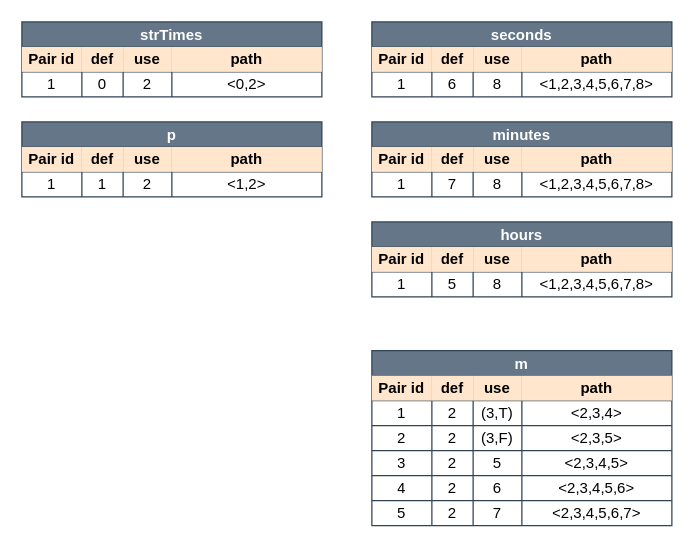
This is page "Page-2" (2 of 6) of docs/08_assignment/figures/parseSeconds.drawio from Jumaruba/jtimesched, a draw.io file, before an edit. Source tidied: cells renumbered, new cells numbered last; positions are measured from the earlier drawing's top-left corner, leaving out a move shared by most shapes. Both pictures are drawn from the tidied source at 125%, with x=0, y=0 at pixel (21, 21).
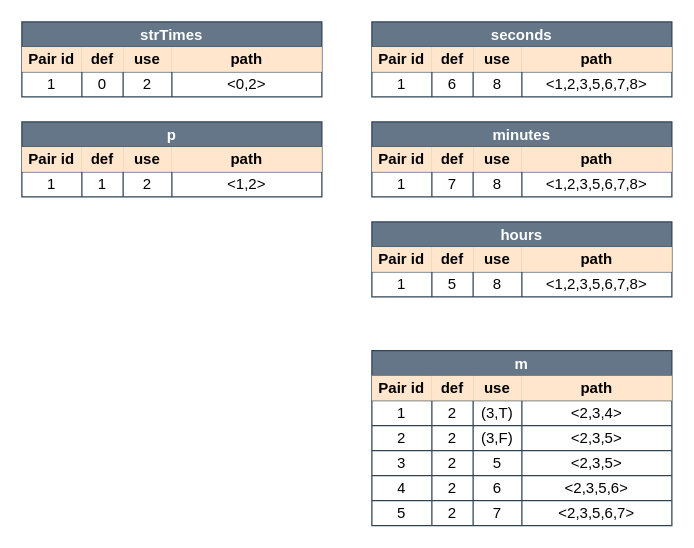
The same page after the edit.

The change refers to these unchanged cells:
```xml
<mxCell id="8" style="shape=partialRectangle;html=1;whiteSpace=wrap;fillColor=none;top=0;left=0;bottom=0;right=0;labelBackgroundColor=none;fontSize=12;" parent="2" vertex="1">
  <mxGeometry y="40" width="240" height="20" as="geometry" />
</mxCell>
<mxCell id="19" style="shape=partialRectangle;html=1;whiteSpace=wrap;fillColor=none;top=0;left=0;bottom=0;right=0;labelBackgroundColor=none;fontSize=12;" parent="13" vertex="1">
  <mxGeometry y="40" width="240" height="20" as="geometry" />
</mxCell>
<mxCell id="30" style="shape=partialRectangle;html=1;whiteSpace=wrap;fillColor=none;top=0;left=0;bottom=0;right=0;labelBackgroundColor=none;fontSize=12;" parent="24" vertex="1">
  <mxGeometry y="40" width="240" height="20" as="geometry" />
</mxCell>
<mxCell id="51" style="shape=partialRectangle;html=1;whiteSpace=wrap;fillColor=none;top=0;left=0;bottom=0;right=0;labelBackgroundColor=none;fontSize=12;" parent="35" vertex="1">
  <mxGeometry y="80" width="240" height="20" as="geometry" />
</mxCell>
<mxCell id="56" style="shape=partialRectangle;html=1;whiteSpace=wrap;fillColor=none;top=0;left=0;bottom=0;right=0;labelBackgroundColor=none;fontSize=12;" parent="35" vertex="1">
  <mxGeometry y="100" width="240" height="20" as="geometry" />
</mxCell>
<mxCell id="61" style="shape=partialRectangle;html=1;whiteSpace=wrap;fillColor=none;top=0;left=0;bottom=0;right=0;labelBackgroundColor=none;fontSize=12;" parent="35" vertex="1">
  <mxGeometry y="120" width="240" height="20" as="geometry" />
</mxCell>
```

What changed in the source:
```diff
@@
-    <mxCell id="12" value="&amp;lt;1,2,3,4,5,6,7,8&amp;gt;" style="shape=partialRectangle;html=1;whiteSpace=wrap;fillColor=none;top=0;left=0;bottom=0;right=0;overflow=hidden;labelBackgroundColor=none;fontSize=12;" parent="8" vertex="1">
+    <mxCell id="12" value="&amp;lt;1,2,3,5,6,7,8&amp;gt;" style="shape=partialRectangle;html=1;whiteSpace=wrap;fillColor=none;top=0;left=0;bottom=0;right=0;overflow=hidden;labelBackgroundColor=none;fontSize=12;" parent="8" vertex="1">
       <mxGeometry x="120" width="120" height="20" as="geometry" />
     </mxCell>
@@
-    <mxCell id="23" value="&amp;lt;1,2,3,4,5,6,7,8&amp;gt;" style="shape=partialRectangle;html=1;whiteSpace=wrap;fillColor=none;top=0;left=0;bottom=0;right=0;overflow=hidden;labelBackgroundColor=none;fontSize=12;" parent="19" vertex="1">
+    <mxCell id="23" value="&amp;lt;1,2,3,5,6,7,8&amp;gt;" style="shape=partialRectangle;html=1;whiteSpace=wrap;fillColor=none;top=0;left=0;bottom=0;right=0;overflow=hidden;labelBackgroundColor=none;fontSize=12;" parent="19" vertex="1">
       <mxGeometry x="120" width="120" height="20" as="geometry" />
     </mxCell>
@@
-    <mxCell id="34" value="&amp;lt;1,2,3,4,5,6,7,8&amp;gt;" style="shape=partialRectangle;html=1;whiteSpace=wrap;fillColor=none;top=0;left=0;bottom=0;right=0;overflow=hidden;labelBackgroundColor=none;fontSize=12;" parent="30" vertex="1">
+    <mxCell id="34" value="&amp;lt;1,2,3,5,6,7,8&amp;gt;" style="shape=partialRectangle;html=1;whiteSpace=wrap;fillColor=none;top=0;left=0;bottom=0;right=0;overflow=hidden;labelBackgroundColor=none;fontSize=12;" parent="30" vertex="1">
       <mxGeometry x="120" width="120" height="20" as="geometry" />
     </mxCell>
@@
-    <mxCell id="55" value="&amp;lt;2,3,4,5&amp;gt;" style="shape=partialRectangle;html=1;whiteSpace=wrap;fillColor=none;top=0;left=0;bottom=0;right=0;overflow=hidden;labelBackgroundColor=none;fontSize=12;" parent="51" vertex="1">
+    <mxCell id="55" value="&amp;lt;2,3,5&amp;gt;" style="shape=partialRectangle;html=1;whiteSpace=wrap;fillColor=none;top=0;left=0;bottom=0;right=0;overflow=hidden;labelBackgroundColor=none;fontSize=12;" parent="51" vertex="1">
       <mxGeometry x="120" width="120" height="20" as="geometry" />
     </mxCell>
@@
-    <mxCell id="60" value="&amp;lt;2,3,4,5,6&amp;gt;" style="shape=partialRectangle;html=1;whiteSpace=wrap;fillColor=none;top=0;left=0;bottom=0;right=0;overflow=hidden;labelBackgroundColor=none;fontSize=12;" parent="56" vertex="1">
+    <mxCell id="60" value="&amp;lt;2,3,5,6&amp;gt;" style="shape=partialRectangle;html=1;whiteSpace=wrap;fillColor=none;top=0;left=0;bottom=0;right=0;overflow=hidden;labelBackgroundColor=none;fontSize=12;" parent="56" vertex="1">
       <mxGeometry x="120" width="120" height="20" as="geometry" />
     </mxCell>
@@
-    <mxCell id="65" value="&amp;lt;2,3,4,5,6,7&amp;gt;" style="shape=partialRectangle;html=1;whiteSpace=wrap;fillColor=none;top=0;left=0;bottom=0;right=0;overflow=hidden;labelBackgroundColor=none;fontSize=12;" parent="61" vertex="1">
+    <mxCell id="65" value="&amp;lt;2,3,5,6,7&amp;gt;" style="shape=partialRectangle;html=1;whiteSpace=wrap;fillColor=none;top=0;left=0;bottom=0;right=0;overflow=hidden;labelBackgroundColor=none;fontSize=12;" parent="61" vertex="1">
       <mxGeometry x="120" width="120" height="20" as="geometry" />
     </mxCell>
```
